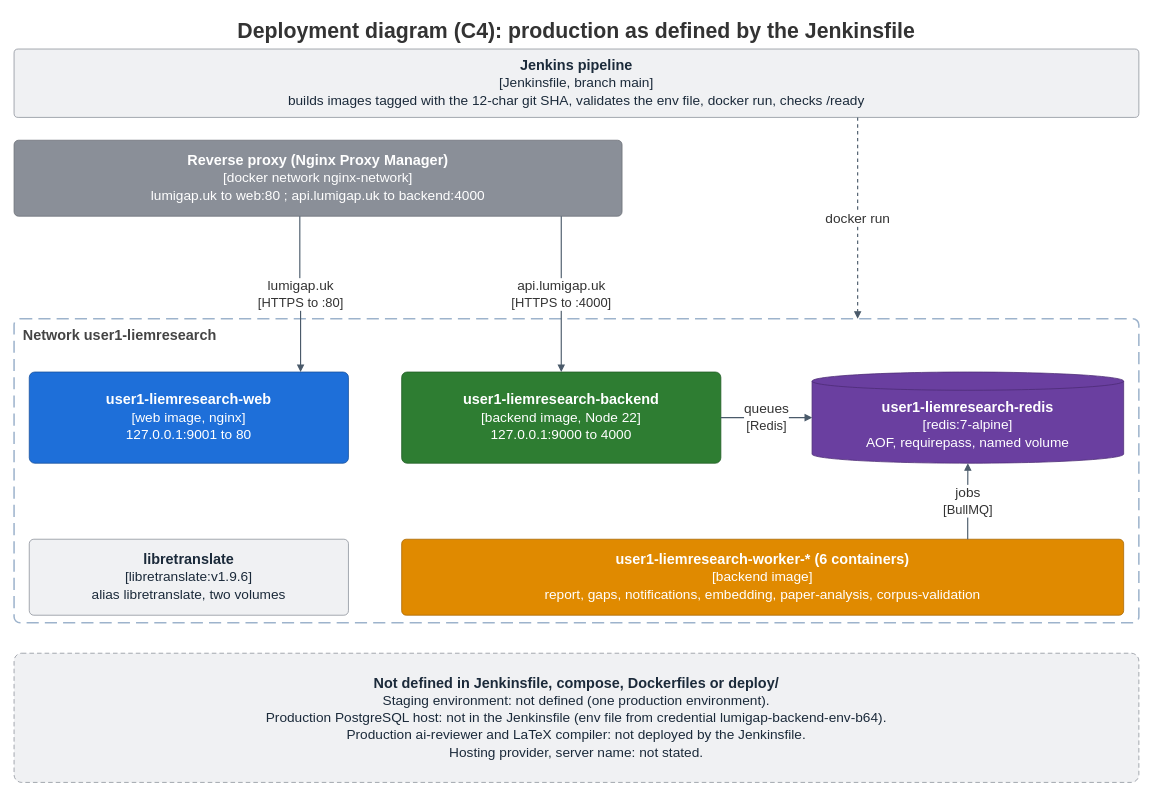
Before: docs/diagrams/report4/R4_C4_Deployment_Production.drawio in Khoa-Hoa-Technology-Solution-Company/lumi-gap, a draw.io diagram. Source tidied: cells renumbered, new cells numbered last; positions are measured from the earlier drawing's top-left corner, leaving out a move shared by most shapes. Both pictures are drawn from the tidied source at 76%, with x=0, y=0 at pixel (14, 13).
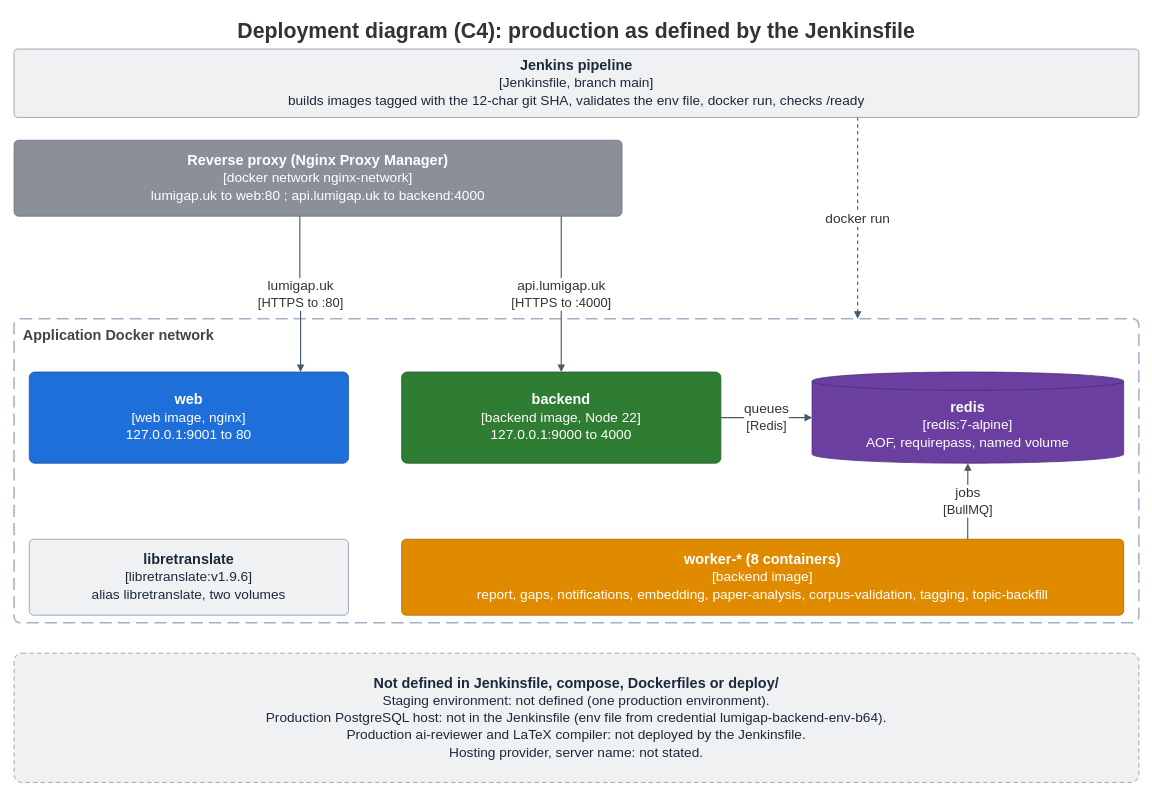
The same page after the edit.

Change to the diagram source:
```diff
@@
 <mxGraphModel background="#FFFFFF">
   <root>
     <mxCell id="0" />
     <mxCell id="1" parent="0" />
     <mxCell id="2" value="&lt;b style=&quot;font-size:28px&quot;&gt;Deployment diagram (C4): production as defined by the Jenkinsfile&lt;/b&gt;" style="text;html=1;whiteSpace=wrap;align=center;verticalAlign=top;fontSize=28;fontColor=#333333;" parent="1" vertex="1">
       <mxGeometry x="10" width="1460" height="40" as="geometry" />
     </mxCell>
     <mxCell id="3" value="&lt;b&gt;Jenkins pipeline&lt;/b&gt;&lt;br&gt;&lt;span style=&quot;font-size:18px&quot;&gt;[Jenkinsfile, branch main]&lt;/span&gt;&lt;br&gt;&lt;span style=&quot;font-size:18px&quot;&gt;builds images tagged with the 12-char git SHA, validates the env file, docker run, checks /ready&lt;/span&gt;" style="rounded=1;arcSize=6;whiteSpace=wrap;html=1;fillColor=#F0F1F3;fontColor=#1B2A3A;strokeColor=#8A8F98;fontSize=19;" parent="1" vertex="1">
       <mxGeometry y="47" width="1480" height="90" as="geometry" />
     </mxCell>
     <mxCell id="4" value="&lt;b&gt;Reverse proxy (Nginx Proxy Manager)&lt;/b&gt;&lt;br&gt;&lt;span style=&quot;font-size:18px&quot;&gt;[docker network nginx-network]&lt;/span&gt;&lt;br&gt;&lt;span style=&quot;font-size:18px&quot;&gt;lumigap.uk to web:80 ; api.lumigap.uk to backend:4000&lt;/span&gt;" style="rounded=1;arcSize=6;whiteSpace=wrap;html=1;fillColor=#8A8F98;fontColor=#ffffff;strokeColor=#6B6F77;fontSize=19;" parent="1" vertex="1">
       <mxGeometry y="167" width="800" height="100" as="geometry" />
     </mxCell>
-    <mxCell id="5" value="Network user1-liemresearch" style="rounded=1;arcSize=2;whiteSpace=wrap;html=1;fillColor=none;strokeColor=#9DB3CC;dashed=1;dashPattern=8 4;strokeWidth=2;verticalAlign=top;align=left;spacingLeft=10;spacingTop=4;fontColor=#444444;fontStyle=1;fontSize=19;" parent="1" vertex="1">
+    <mxCell id="5" value="Application Docker network" style="rounded=1;arcSize=2;whiteSpace=wrap;html=1;fillColor=none;strokeColor=#9DB3CC;dashed=1;dashPattern=8 4;strokeWidth=2;verticalAlign=top;align=left;spacingLeft=10;spacingTop=4;fontColor=#444444;fontStyle=1;fontSize=19;" parent="1" vertex="1">
       <mxGeometry y="402" width="1480" height="400" as="geometry" />
     </mxCell>
-    <mxCell id="6" value="&lt;b&gt;user1-liemresearch-web&lt;/b&gt;&lt;br&gt;&lt;span style=&quot;font-size:18px&quot;&gt;[web image, nginx]&lt;/span&gt;&lt;br&gt;&lt;span style=&quot;font-size:18px&quot;&gt;127.0.0.1:9001 to 80&lt;/span&gt;" style="rounded=1;arcSize=6;whiteSpace=wrap;html=1;fillColor=#1E6FD9;fontColor=#ffffff;strokeColor=#164F9A;fontSize=19;" parent="1" vertex="1">
+    <mxCell id="6" value="&lt;b&gt;web&lt;/b&gt;&lt;br&gt;&lt;span style=&quot;font-size:18px&quot;&gt;[web image, nginx]&lt;/span&gt;&lt;br&gt;&lt;span style=&quot;font-size:18px&quot;&gt;127.0.0.1:9001 to 80&lt;/span&gt;" style="rounded=1;arcSize=6;whiteSpace=wrap;html=1;fillColor=#1E6FD9;fontColor=#ffffff;strokeColor=#164F9A;fontSize=19;" parent="1" vertex="1">
       <mxGeometry x="20" y="472" width="420" height="120" as="geometry" />
     </mxCell>
-    <mxCell id="7" value="&lt;b&gt;user1-liemresearch-backend&lt;/b&gt;&lt;br&gt;&lt;span style=&quot;font-size:18px&quot;&gt;[backend image, Node 22]&lt;/span&gt;&lt;br&gt;&lt;span style=&quot;font-size:18px&quot;&gt;127.0.0.1:9000 to 4000&lt;/span&gt;" style="rounded=1;arcSize=6;whiteSpace=wrap;html=1;fillColor=#2E7D32;fontColor=#ffffff;strokeColor=#1F5A23;fontSize=19;" parent="1" vertex="1">
+    <mxCell id="7" value="&lt;b&gt;backend&lt;/b&gt;&lt;br&gt;&lt;span style=&quot;font-size:18px&quot;&gt;[backend image, Node 22]&lt;/span&gt;&lt;br&gt;&lt;span style=&quot;font-size:18px&quot;&gt;127.0.0.1:9000 to 4000&lt;/span&gt;" style="rounded=1;arcSize=6;whiteSpace=wrap;html=1;fillColor=#2E7D32;fontColor=#ffffff;strokeColor=#1F5A23;fontSize=19;" parent="1" vertex="1">
       <mxGeometry x="510" y="472" width="420" height="120" as="geometry" />
     </mxCell>
-    <mxCell id="8" value="&lt;b&gt;user1-liemresearch-redis&lt;/b&gt;&lt;br&gt;&lt;span style=&quot;font-size:18px&quot;&gt;[redis:7-alpine]&lt;/span&gt;&lt;br&gt;&lt;span style=&quot;font-size:18px&quot;&gt;AOF, requirepass, named volume&lt;/span&gt;" style="shape=cylinder3;boundedLbl=1;backgroundOutline=1;size=12;whiteSpace=wrap;html=1;fillColor=#6A3FA0;fontColor=#ffffff;strokeColor=#4C2B75;fontSize=19;" parent="1" vertex="1">
+    <mxCell id="8" value="&lt;b&gt;redis&lt;/b&gt;&lt;br&gt;&lt;span style=&quot;font-size:18px&quot;&gt;[redis:7-alpine]&lt;/span&gt;&lt;br&gt;&lt;span style=&quot;font-size:18px&quot;&gt;AOF, requirepass, named volume&lt;/span&gt;" style="shape=cylinder3;boundedLbl=1;backgroundOutline=1;size=12;whiteSpace=wrap;html=1;fillColor=#6A3FA0;fontColor=#ffffff;strokeColor=#4C2B75;fontSize=19;" parent="1" vertex="1">
       <mxGeometry x="1050" y="472" width="410" height="120" as="geometry" />
     </mxCell>
     <mxCell id="9" value="&lt;b&gt;libretranslate&lt;/b&gt;&lt;br&gt;&lt;span style=&quot;font-size:18px&quot;&gt;[libretranslate:v1.9.6]&lt;/span&gt;&lt;br&gt;&lt;span style=&quot;font-size:18px&quot;&gt;alias libretranslate, two volumes&lt;/span&gt;" style="rounded=1;arcSize=6;whiteSpace=wrap;html=1;fillColor=#F0F1F3;fontColor=#1B2A3A;strokeColor=#8A8F98;fontSize=19;" parent="1" vertex="1">
       <mxGeometry x="20" y="692" width="420" height="100" as="geometry" />
     </mxCell>
-    <mxCell id="10" value="&lt;b&gt;user1-liemresearch-worker-* (6 containers)&lt;/b&gt;&lt;br&gt;&lt;span style=&quot;font-size:18px&quot;&gt;[backend image]&lt;/span&gt;&lt;br&gt;&lt;span style=&quot;font-size:18px&quot;&gt;report, gaps, notifications, embedding, paper-analysis, corpus-validation&lt;/span&gt;" style="rounded=1;arcSize=6;whiteSpace=wrap;html=1;fillColor=#E08A00;fontColor=#ffffff;strokeColor=#A86600;fontSize=19;" parent="1" vertex="1">
+    <mxCell id="10" value="&lt;b&gt;worker-* (8 containers)&lt;/b&gt;&lt;br&gt;&lt;span style=&quot;font-size:18px&quot;&gt;[backend image]&lt;/span&gt;&lt;br&gt;&lt;span style=&quot;font-size:18px&quot;&gt;report, gaps, notifications, embedding, paper-analysis, corpus-validation, tagging, topic-backfill&lt;/span&gt;" style="rounded=1;arcSize=6;whiteSpace=wrap;html=1;fillColor=#E08A00;fontColor=#ffffff;strokeColor=#A86600;fontSize=19;" parent="1" vertex="1">
       <mxGeometry x="510" y="692" width="950" height="100" as="geometry" />
     </mxCell>
     <mxCell id="11" value="&lt;b&gt;Not defined in Jenkinsfile, compose, Dockerfiles or deploy/&lt;/b&gt;&lt;br&gt;&lt;span style=&quot;font-size:18px&quot;&gt;Staging environment: not defined (one production environment).&lt;br&gt;Production PostgreSQL host: not in the Jenkinsfile (env file from credential lumigap-backend-env-b64).&lt;br&gt;Production ai-reviewer and LaTeX compiler: not deployed by the Jenkinsfile.&lt;br&gt;Hosting provider, server name: not stated.&lt;/span&gt;" style="rounded=1;arcSize=6;whiteSpace=wrap;html=1;fillColor=#F0F1F3;fontColor=#1B2A3A;strokeColor=#8A8F98;fontSize=19;dashed=1;dashPattern=6 4;" parent="1" vertex="1">
       <mxGeometry y="842" width="1480" height="170" as="geometry" />
     </mxCell>
     <mxCell id="12" value="docker run" style="html=1;edgeStyle=orthogonalEdgeStyle;rounded=0;endArrow=block;endFill=1;strokeColor=#4A5A6A;fontSize=18;fontColor=#333333;labelBackgroundColor=#FFFFFF;strokeWidth=1.5;dashed=1;exitX=0.75;exitY=1;exitDx=0;exitDy=0;entryX=0.75;entryY=0;entryDx=0;entryDy=0;" parent="1" edge="1" source="3" target="5">
       <mxGeometry relative="1" as="geometry" />
     </mxCell>
     <mxCell id="13" value="lumigap.uk&lt;br&gt;&lt;span style=&quot;font-size:17px&quot;&gt;[HTTPS to :80]&lt;/span&gt;" style="html=1;edgeStyle=orthogonalEdgeStyle;rounded=0;endArrow=block;endFill=1;strokeColor=#4A5A6A;fontSize=18;fontColor=#333333;labelBackgroundColor=#FFFFFF;strokeWidth=1.5;exitX=0.47;exitY=1;exitDx=0;exitDy=0;entryX=0.85;entryY=0;entryDx=0;entryDy=0;" parent="1" edge="1" source="4" target="6">
       <mxGeometry relative="1" as="geometry" />
     </mxCell>
     <mxCell id="14" value="api.lumigap.uk&lt;br&gt;&lt;span style=&quot;font-size:17px&quot;&gt;[HTTPS to :4000]&lt;/span&gt;" style="html=1;edgeStyle=orthogonalEdgeStyle;rounded=0;endArrow=block;endFill=1;strokeColor=#4A5A6A;fontSize=18;fontColor=#333333;labelBackgroundColor=#FFFFFF;strokeWidth=1.5;exitX=0.9;exitY=1;exitDx=0;exitDy=0;entryX=0.5;entryY=0;entryDx=0;entryDy=0;" parent="1" edge="1" source="4" target="7">
       <mxGeometry relative="1" as="geometry" />
     </mxCell>
     <mxCell id="15" value="queues&lt;br&gt;&lt;span style=&quot;font-size:17px&quot;&gt;[Redis]&lt;/span&gt;" style="html=1;edgeStyle=orthogonalEdgeStyle;rounded=0;endArrow=block;endFill=1;strokeColor=#4A5A6A;fontSize=18;fontColor=#333333;labelBackgroundColor=#FFFFFF;strokeWidth=1.5;exitX=1;exitY=0.5;exitDx=0;exitDy=0;entryX=0;entryY=0.5;entryDx=0;entryDy=0;" parent="1" edge="1" source="7" target="8">
       <mxGeometry relative="1" as="geometry" />
     </mxCell>
     <mxCell id="16" value="jobs&lt;br&gt;&lt;span style=&quot;font-size:17px&quot;&gt;[BullMQ]&lt;/span&gt;" style="html=1;edgeStyle=orthogonalEdgeStyle;rounded=0;endArrow=block;endFill=1;strokeColor=#4A5A6A;fontSize=18;fontColor=#333333;labelBackgroundColor=#FFFFFF;strokeWidth=1.5;exitX=0.784;exitY=0;exitDx=0;exitDy=0;entryX=0.5;entryY=1;entryDx=0;entryDy=0;" parent="1" edge="1" source="10" target="8">
       <mxGeometry relative="1" as="geometry" />
     </mxCell>
   </root>
 </mxGraphModel>
```
